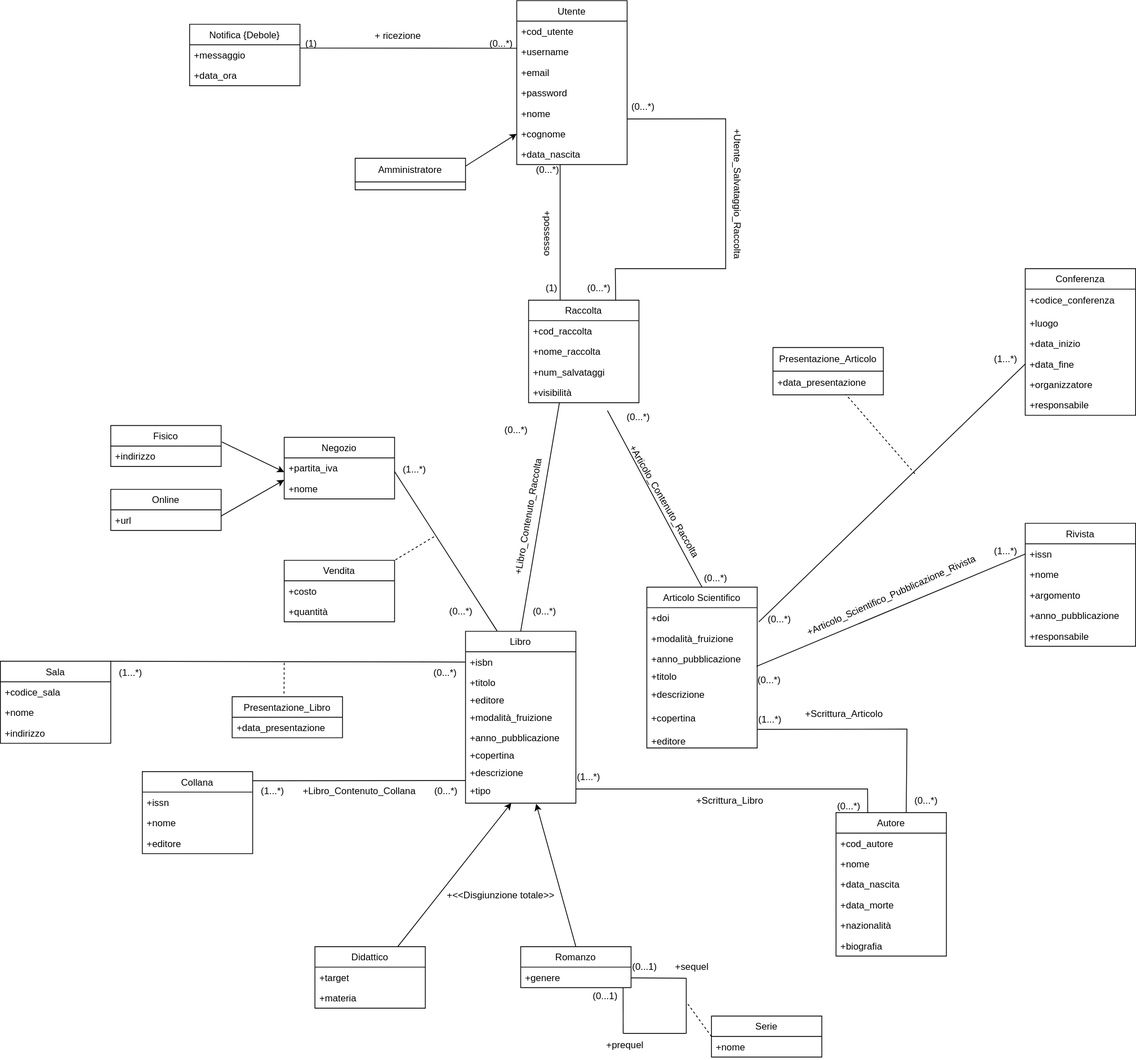
Above: progettazione_concettuale/Modello_Concettuale_UML.drawio.svg in m3tt0/Progetto_OB_BASI (draw.io), before the change. Source tidied: cells renumbered, new cells last; positions are measured from the earlier drawing's top-left corner, leaving out a move shared by most shapes.
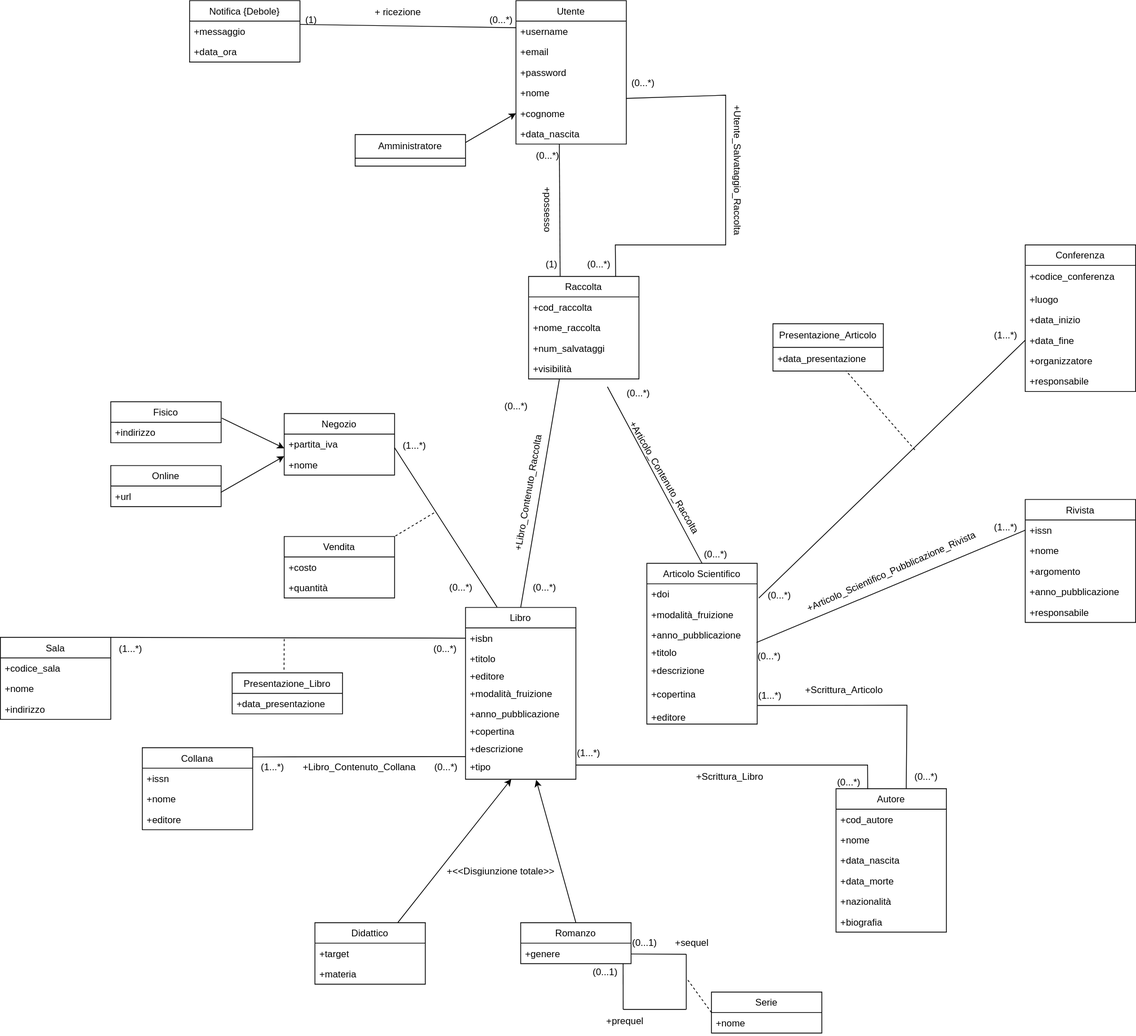
Above is the later version.

Diff of the diagram source:
```diff
@@ -290,28 +290,25 @@
       <mxGeometry relative="1" as="geometry" />
     </mxCell>
     <mxCell id="93" value="Utente" style="swimlane;fontStyle=0;horizontal=1;startSize=26;fillColor=none;" parent="1" vertex="1">
-      <mxGeometry x="655" width="140" height="208" as="geometry" />
+      <mxGeometry x="654" y="30" width="140" height="182" as="geometry" />
     </mxCell>
-    <mxCell id="94" value="+cod_utente" style="text;strokeColor=none;fillColor=none;align=left;verticalAlign=top;spacingLeft=4;spacingRight=4;overflow=hidden;" parent="93" vertex="1">
-      <mxGeometry y="26" width="140" height="26" as="geometry" />
-    </mxCell>
     <mxCell id="95" value="+username" style="text;strokeColor=none;fillColor=none;align=left;verticalAlign=top;spacingLeft=4;spacingRight=4;overflow=hidden;points=[[0,0.5],[1,0.5]];portConstraint=eastwest;" parent="93" vertex="1">
-      <mxGeometry y="52" width="140" height="26" as="geometry" />
+      <mxGeometry y="26" width="140" height="26" as="geometry" />
     </mxCell>
     <mxCell id="96" value="+email" style="text;strokeColor=none;fillColor=none;align=left;verticalAlign=top;spacingLeft=4;spacingRight=4;overflow=hidden;" parent="93" vertex="1">
-      <mxGeometry y="78" width="140" height="26" as="geometry" />
+      <mxGeometry y="52" width="140" height="26" as="geometry" />
     </mxCell>
     <mxCell id="97" value="+password" style="text;strokeColor=none;fillColor=none;align=left;verticalAlign=top;spacingLeft=4;spacingRight=4;overflow=hidden;" parent="93" vertex="1">
-      <mxGeometry y="104" width="140" height="26" as="geometry" />
+      <mxGeometry y="78" width="140" height="26" as="geometry" />
     </mxCell>
     <mxCell id="98" value="+nome" style="text;strokeColor=none;fillColor=none;align=left;verticalAlign=top;spacingLeft=4;spacingRight=4;overflow=hidden;points=[[0,0.5],[1,0.5]];portConstraint=eastwest;" parent="93" vertex="1">
-      <mxGeometry y="130" width="140" height="26" as="geometry" />
+      <mxGeometry y="104" width="140" height="26" as="geometry" />
     </mxCell>
     <mxCell id="99" value="+cognome" style="text;strokeColor=none;fillColor=none;align=left;verticalAlign=top;spacingLeft=4;spacingRight=4;overflow=hidden;points=[[0,0.5],[1,0.5]];portConstraint=eastwest;" parent="93" vertex="1">
-      <mxGeometry y="156" width="140" height="26" as="geometry" />
+      <mxGeometry y="130" width="140" height="26" as="geometry" />
     </mxCell>
     <mxCell id="100" value="+data_nascita" style="text;strokeColor=none;fillColor=none;align=left;verticalAlign=top;spacingLeft=4;spacingRight=4;overflow=hidden;points=[[0,0.5],[1,0.5]];portConstraint=eastwest;" parent="93" vertex="1">
-      <mxGeometry y="182" width="140" height="26" as="geometry" />
+      <mxGeometry y="156" width="140" height="26" as="geometry" />
     </mxCell>
     <mxCell id="101" value="+Libro_Contenuto_Raccolta" style="text;html=1;align=center;verticalAlign=middle;strokeColor=none;fillColor=none;rotation=280;" parent="1" vertex="1">
       <mxGeometry x="580" y="640" width="180" height="30" as="geometry" />
@@ -326,7 +323,7 @@
       <mxGeometry x="679" y="350" width="40" height="30" as="geometry" />
     </mxCell>
     <mxCell id="105" value="(0...*)" style="text;html=1;align=center;verticalAlign=middle;strokeColor=none;fillColor=none;" parent="1" vertex="1">
-      <mxGeometry x="669" y="200" width="50" height="30" as="geometry" />
+      <mxGeometry x="669" y="212" width="50" height="30" as="geometry" />
     </mxCell>
     <mxCell id="106" value="+possesso" style="text;html=1;align=center;verticalAlign=middle;strokeColor=none;fillColor=none;rotation=90;" parent="1" vertex="1">
       <mxGeometry x="654" y="280" width="80" height="30" as="geometry" />
```
